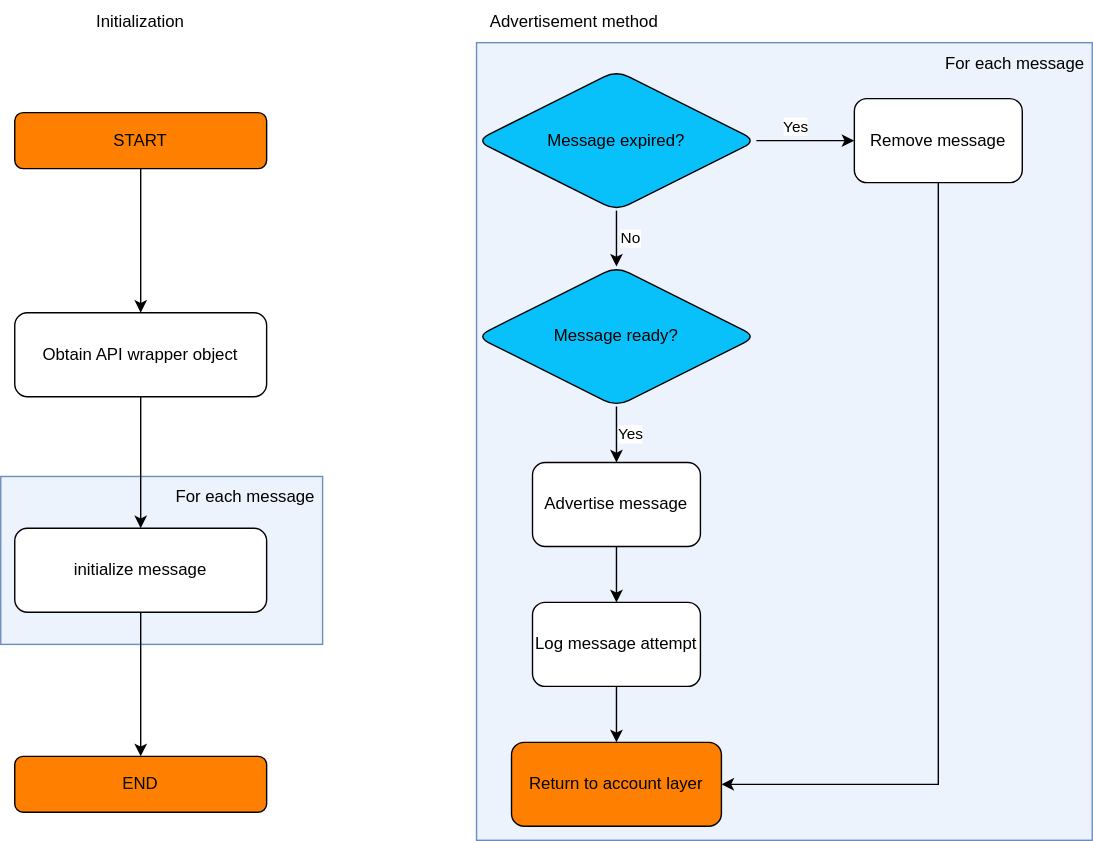
This is docs/thesis/images/daf-guild-layer-flowchart.svg from davidhozic/discord-advertisement-framework, a draw.io export, as it was before one commit. Source tidied: cells renumbered, new cells last; positions are measured from the earlier drawing's top-left corner, leaving out a move shared by most shapes.
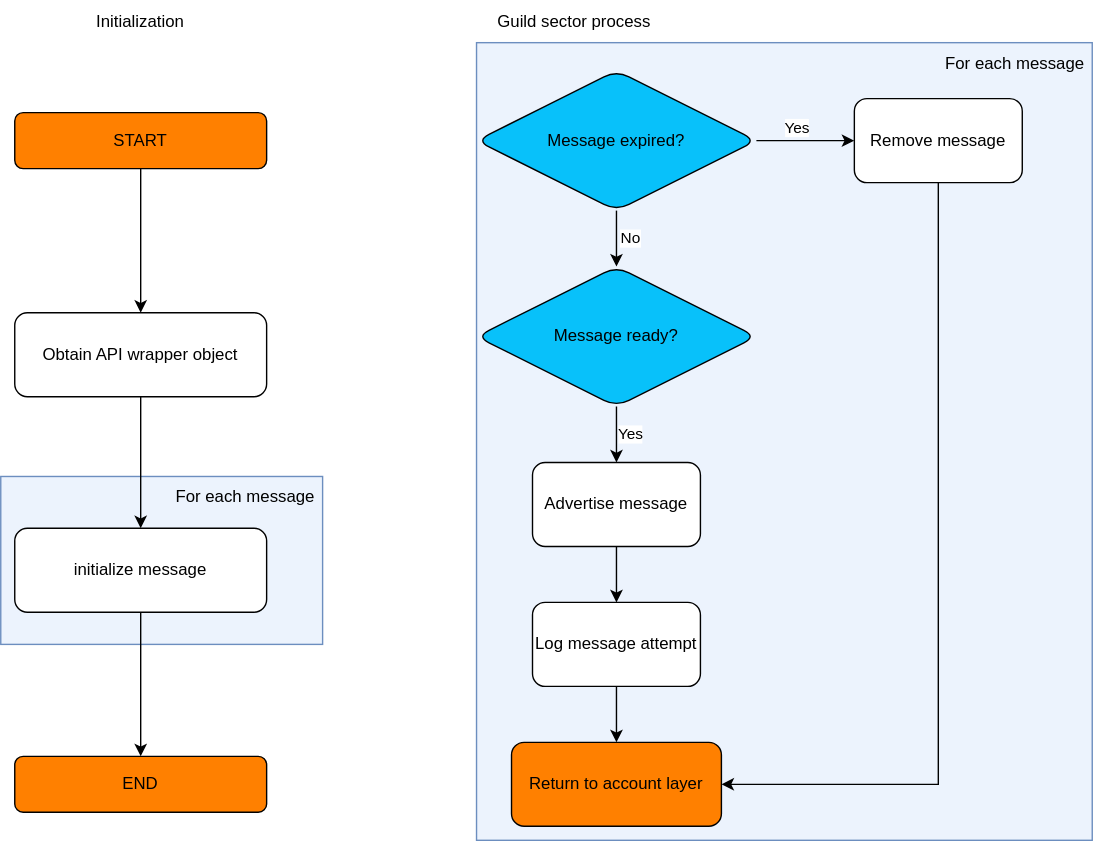
Above is the later version.

Diff of the diagram source:
```diff
@@ -82,7 +82,7 @@
     <mxCell id="24" value="Initialization" style="text;html=1;strokeColor=none;fillColor=none;align=center;verticalAlign=middle;whiteSpace=wrap;rounded=0;" parent="1" vertex="1">
       <mxGeometry x="45" width="110" height="30" as="geometry" />
     </mxCell>
-    <mxCell id="25" value="Advertisement method" style="text;html=1;strokeColor=none;fillColor=none;align=center;verticalAlign=middle;whiteSpace=wrap;rounded=0;" parent="1" vertex="1">
+    <mxCell id="25" value="Guild sector process" style="text;html=1;strokeColor=none;fillColor=none;align=center;verticalAlign=middle;whiteSpace=wrap;rounded=0;" parent="1" vertex="1">
       <mxGeometry x="340" width="140" height="30" as="geometry" />
     </mxCell>
     <mxCell id="26" value="END" style="rounded=1;whiteSpace=wrap;html=1;fontSize=12;glass=0;strokeWidth=1;shadow=0;fillColor=#FF8000;" parent="1" vertex="1">
```
